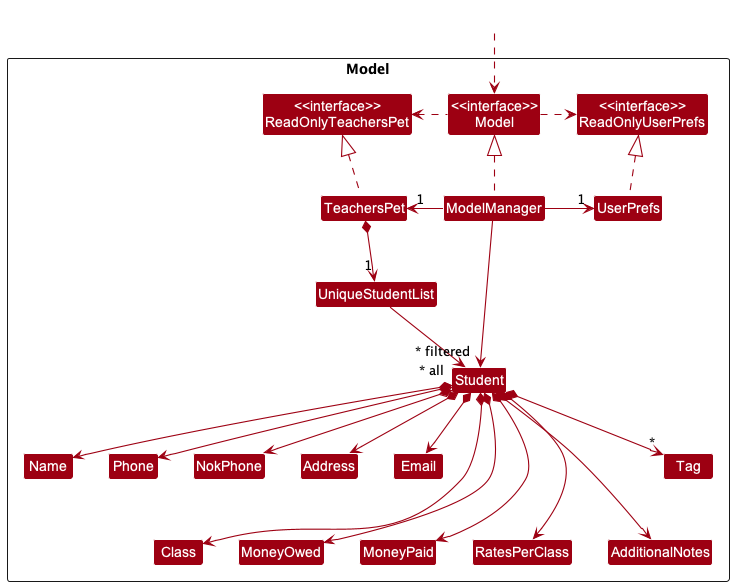
Above: docs/images/DG-images/ModelClassDiagram.png in nus-cs2103-AY2223S1/tp (PlantUML), before the change. Source of this version:
```plantuml
@startuml
!include style.puml
skinparam arrowThickness 1.1
skinparam arrowColor MODEL_COLOR
skinparam classBackgroundColor MODEL_COLOR

Package Model <<Rectangle>>{
Class "<<interface>>\nReadOnlyTeachersPet" as ReadOnlyTeachersPet
Class "<<interface>>\nReadOnlyUserPrefs" as ReadOnlyUserPrefs
Class "<<interface>>\nModel" as Model
Class TeachersPet
Class ModelManager
Class UserPrefs

Class UniqueStudentList
Class Student
Class Address
Class AdditionalNotes
Class Class
Class Email
Class MoneyOwed
Class MoneyPaid
Class NokPhone
Class Name
Class Phone
Class RatesPerClass
Class Tag

}

Class HiddenOutside #FFFFFF
HiddenOutside ..> Model

TeachersPet .up.|> ReadOnlyTeachersPet

ModelManager .up.|> Model
Model .right.> ReadOnlyUserPrefs
Model .left.> ReadOnlyTeachersPet
ModelManager -left-> "1" TeachersPet
ModelManager -right-> "1" UserPrefs
UserPrefs .up.|> ReadOnlyUserPrefs

TeachersPet *--> "1" UniqueStudentList
UniqueStudentList --> "~* all" Student
Student *--> Name
Student *--> Phone
Student *--> NokPhone
Student *--> Email
Student *--> Address
Student *--> Class
Student *--> MoneyOwed
Student *--> MoneyPaid
Student *--> RatesPerClass
Student *--> AdditionalNotes
Student *--> "*" Tag

Name -[hidden]right-> Phone
Phone -[hidden]right-> NokPhone
NokPhone -[hidden]right-> Address
Address -[hidden]right-> Email
Name -[hidden]down-> Class
Class -[hidden]right-> MoneyOwed
MoneyOwed -[hidden]right-> MoneyPaid
MoneyPaid -[hidden]right-> RatesPerClass
RatesPerClass -[hidden]right-> AdditionalNotes

ModelManager -->"~* filtered" Student
@enduml
```
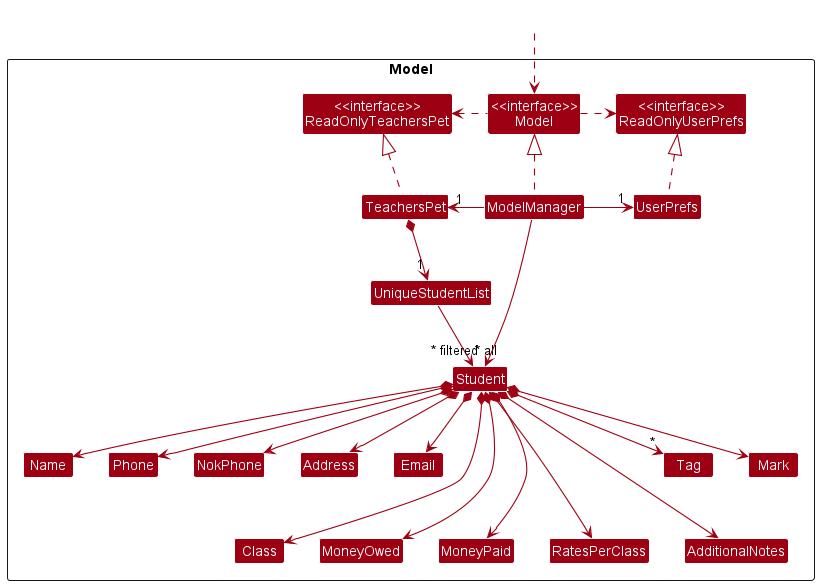
Above is the later version.

The edit, as a diff of the source:
```diff
@@ -25,6 +25,7 @@
 Class Phone
 Class RatesPerClass
 Class Tag
+Class Mark
 
 }
 
@@ -52,6 +53,7 @@
 Student *--> MoneyPaid
 Student *--> RatesPerClass
 Student *--> AdditionalNotes
+Student *--> Mark
 Student *--> "*" Tag
 
 Name -[hidden]right-> Phone
```
